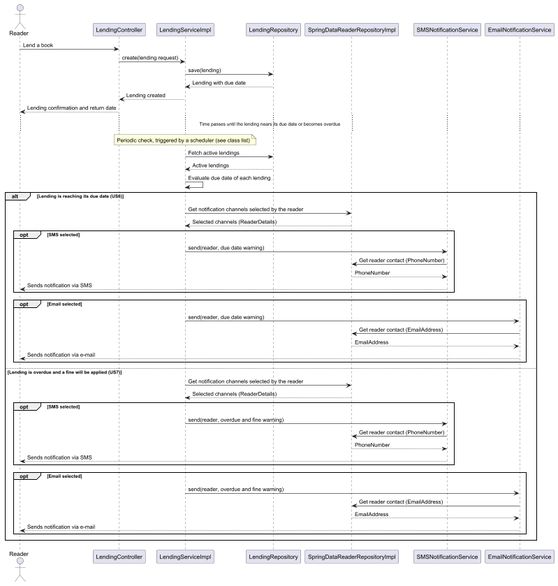
The PlantUML diagram Docs/DocsMasterDegree/system-to-be/Images/NotificationMethodsExtensibilitySequence.png in Max1124/ARQSOFT_ODSOFT_G6, before a commit. Its diagram source:
```plantuml
@startuml
actor Reader
participant "LendingController" as API
participant "LendingServiceImpl" as Lending
participant "LendingRepository" as LRepo
participant "SpringDataReaderRepositoryImpl" as RRepo
participant "SMSNotificationService" as SMS
participant "EmailNotificationService" as Email

Reader -> API : Lend a book
API -> Lending : create(lending request)
Lending -> LRepo : save(lending)
LRepo --> Lending : Lending with due date
Lending --> API : Lending created
API --> Reader : Lending confirmation and return date

... Time passes until the lending nears its due date or becomes overdue ...

note over Lending : Periodic check, triggered by a scheduler (see class list)
Lending -> LRepo : Fetch active lendings
LRepo --> Lending : Active lendings
Lending -> Lending : Evaluate due date of each lending

alt Lending is reaching its due date (US6)
    Lending -> RRepo : Get notification channels selected by the reader
    RRepo --> Lending : Selected channels (ReaderDetails)
    opt SMS selected
        Lending -> SMS : send(reader, due date warning)
        SMS -> RRepo : Get reader contact (PhoneNumber)
        RRepo --> SMS : PhoneNumber
        SMS --> Reader : Sends notification via SMS
    end
    opt Email selected
        Lending -> Email : send(reader, due date warning)
        Email -> RRepo : Get reader contact (EmailAddress)
        RRepo --> Email : EmailAddress
        Email --> Reader : Sends notification via e-mail
    end
else Lending is overdue and a fine will be applied (US7)
    Lending -> RRepo : Get notification channels selected by the reader
    RRepo --> Lending : Selected channels (ReaderDetails)
    opt SMS selected
        Lending -> SMS : send(reader, overdue and fine warning)
        SMS -> RRepo : Get reader contact (PhoneNumber)
        RRepo --> SMS : PhoneNumber
        SMS --> Reader : Sends notification via SMS
    end
    opt Email selected
        Lending -> Email : send(reader, overdue and fine warning)
        Email -> RRepo : Get reader contact (EmailAddress)
        RRepo --> Email : EmailAddress
        Email --> Reader : Sends notification via e-mail
    end
end
@enduml
```
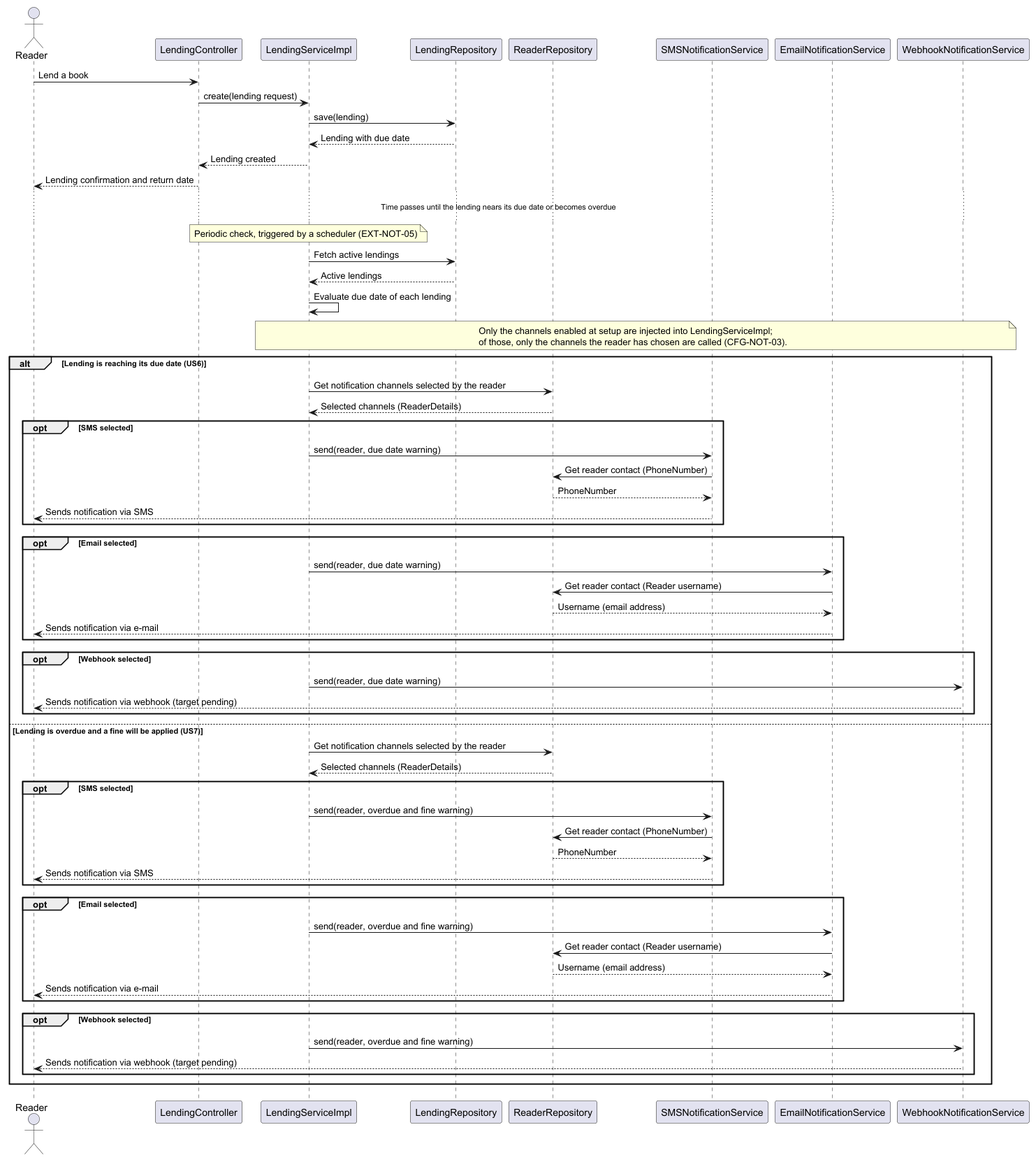
The same diagram one commit later.

The edit, as a diff of the source:
```diff
@@ -3,9 +3,10 @@
 participant "LendingController" as API
 participant "LendingServiceImpl" as Lending
 participant "LendingRepository" as LRepo
-participant "SpringDataReaderRepositoryImpl" as RRepo
+participant "ReaderRepository" as RRepo
 participant "SMSNotificationService" as SMS
 participant "EmailNotificationService" as Email
+participant "WebhookNotificationService" as Webhook
 
 Reader -> API : Lend a book
 API -> Lending : create(lending request)
@@ -16,10 +17,15 @@
 
 ... Time passes until the lending nears its due date or becomes overdue ...
 
-note over Lending : Periodic check, triggered by a scheduler (see class list)
+note over Lending : Periodic check, triggered by a scheduler (EXT-NOT-05)
 Lending -> LRepo : Fetch active lendings
 LRepo --> Lending : Active lendings
 Lending -> Lending : Evaluate due date of each lending
+
+note over Lending, Webhook
+  Only the channels enabled at setup are injected into LendingServiceImpl;
+  of those, only the channels the reader has chosen are called (CFG-NOT-03).
+end note
 
 alt Lending is reaching its due date (US6)
     Lending -> RRepo : Get notification channels selected by the reader
@@ -32,9 +38,13 @@
     end
     opt Email selected
         Lending -> Email : send(reader, due date warning)
-        Email -> RRepo : Get reader contact (EmailAddress)
-        RRepo --> Email : EmailAddress
+        Email -> RRepo : Get reader contact (Reader username)
+        RRepo --> Email : Username (email address)
         Email --> Reader : Sends notification via e-mail
+    end
+    opt Webhook selected
+        Lending -> Webhook : send(reader, due date warning)
+        Webhook --> Reader : Sends notification via webhook (target pending)
     end
 else Lending is overdue and a fine will be applied (US7)
     Lending -> RRepo : Get notification channels selected by the reader
@@ -47,9 +57,13 @@
     end
     opt Email selected
         Lending -> Email : send(reader, overdue and fine warning)
-        Email -> RRepo : Get reader contact (EmailAddress)
-        RRepo --> Email : EmailAddress
+        Email -> RRepo : Get reader contact (Reader username)
+        RRepo --> Email : Username (email address)
         Email --> Reader : Sends notification via e-mail
+    end
+    opt Webhook selected
+        Lending -> Webhook : send(reader, overdue and fine warning)
+        Webhook --> Reader : Sends notification via webhook (target pending)
     end
 end
 @enduml
```
